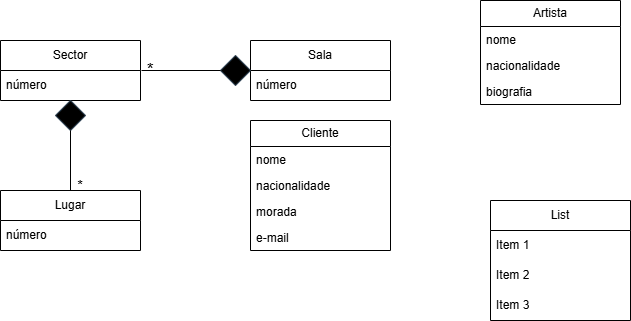
Above: UML1.drawio.png in leorsd/ESOF_UML (draw.io), before the change. Source tidied: cells renumbered, new cells last; positions are measured from the earlier drawing's top-left corner, leaving out a move shared by most shapes.
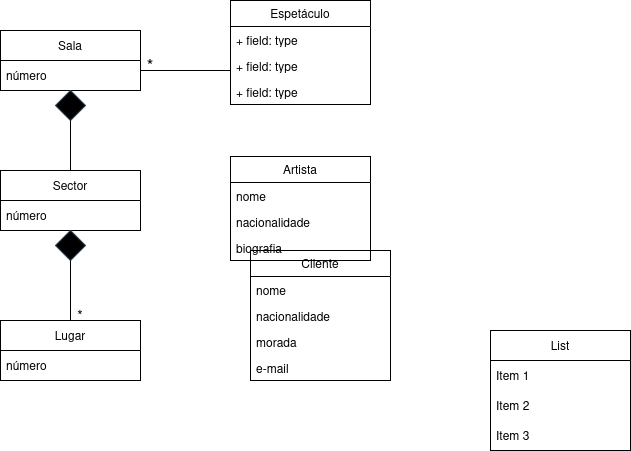
Above is the later version.

The edit, as a diff of the source:
```diff
@@ -3,7 +3,7 @@
     <mxCell id="0" />
     <mxCell id="1" parent="0" />
     <mxCell id="2" value="Artista" style="swimlane;fontStyle=0;horizontal=1;startSize=26;fillColor=none;whiteSpace=wrap;html=1;" parent="1" vertex="1">
-      <mxGeometry x="480" width="140" height="104" as="geometry" />
+      <mxGeometry x="230" y="26" width="140" height="104" as="geometry" />
     </mxCell>
     <mxCell id="3" value="nome" style="text;strokeColor=none;fillColor=none;align=left;verticalAlign=top;spacingLeft=4;spacingRight=4;overflow=hidden;whiteSpace=wrap;html=1;" parent="2" vertex="1">
       <mxGeometry y="26" width="140" height="26" as="geometry" />
@@ -15,7 +15,7 @@
       <mxGeometry y="78" width="140" height="26" as="geometry" />
     </mxCell>
     <mxCell id="6" value="Sala" style="swimlane;fontStyle=0;horizontal=1;startSize=30;whiteSpace=wrap;html=1;" parent="1" vertex="1">
-      <mxGeometry x="250" y="40" width="140" height="60" as="geometry" />
+      <mxGeometry y="-100" width="140" height="60" as="geometry" />
     </mxCell>
     <mxCell id="7" value="número" style="text;strokeColor=none;fillColor=none;align=left;verticalAlign=middle;spacingLeft=4;spacingRight=4;overflow=hidden;whiteSpace=wrap;html=1;" parent="6" vertex="1">
       <mxGeometry y="30" width="140" height="30" as="geometry" />
@@ -27,16 +27,15 @@
       <mxGeometry y="30" width="140" height="30" as="geometry" />
     </mxCell>
     <mxCell id="10" style="rhombus;whiteSpace=wrap;html=1;strokeColor=#314354;fillColor=#000000;fontColor=#ffffff;" parent="1" vertex="1">
-      <mxGeometry x="220" y="55" width="30" height="30" as="geometry" />
+      <mxGeometry x="55" y="-40" width="30" height="30" as="geometry" />
     </mxCell>
-    <mxCell id="11" style="endArrow=none;html=1;rounded=0;" parent="1" edge="1">
+    <mxCell id="11" style="endArrow=none;html=1;rounded=0;entryX=0.5;entryY=1;entryDx=0;entryDy=0;" parent="1" edge="1" target="10">
       <mxGeometry relative="1" as="geometry">
-        <mxPoint x="141" y="70" as="sourcePoint" />
-        <mxPoint x="220" y="70" as="targetPoint" />
+        <mxPoint x="70" y="40" as="sourcePoint" />
       </mxGeometry>
     </mxCell>
     <mxCell id="12" value="&lt;font style=&quot;font-size: 17px;&quot;&gt;*&lt;/font&gt;" style="text;html=1;align=center;verticalAlign=middle;whiteSpace=wrap;rounded=0;" parent="1" vertex="1">
-      <mxGeometry x="120" y="55" width="60" height="30" as="geometry" />
+      <mxGeometry x="120" y="-80" width="60" height="30" as="geometry" />
     </mxCell>
     <mxCell id="13" value="Lugar" style="swimlane;fontStyle=0;horizontal=1;startSize=30;whiteSpace=wrap;html=1;" parent="1" vertex="1">
       <mxGeometry y="190" width="140" height="60" as="geometry" />
@@ -55,6 +54,18 @@
     <mxCell id="17" value="&lt;font style=&quot;font-size: 14px;&quot;&gt;*&lt;/font&gt;" style="text;html=1;align=center;verticalAlign=middle;whiteSpace=wrap;rounded=0;" parent="1" vertex="1">
       <mxGeometry x="50" y="170" width="60" height="30" as="geometry" />
     </mxCell>
+    <mxCell id="27" value="Espetáculo" style="swimlane;fontStyle=0;horizontal=1;startSize=26;fillColor=none;whiteSpace=wrap;html=1;" parent="1" vertex="1">
+      <mxGeometry x="230" y="-130" width="140" height="104" as="geometry" />
+    </mxCell>
+    <mxCell id="28" value="+ field: type" style="text;strokeColor=none;fillColor=none;align=left;verticalAlign=top;spacingLeft=4;spacingRight=4;overflow=hidden;whiteSpace=wrap;html=1;" parent="27" vertex="1">
+      <mxGeometry y="26" width="140" height="26" as="geometry" />
+    </mxCell>
+    <mxCell id="29" value="+ field: type" style="text;strokeColor=none;fillColor=none;align=left;verticalAlign=top;spacingLeft=4;spacingRight=4;overflow=hidden;whiteSpace=wrap;html=1;" parent="27" vertex="1">
+      <mxGeometry y="52" width="140" height="26" as="geometry" />
+    </mxCell>
+    <mxCell id="30" value="+ field: type" style="text;strokeColor=none;fillColor=none;align=left;verticalAlign=top;spacingLeft=4;spacingRight=4;overflow=hidden;whiteSpace=wrap;html=1;" parent="27" vertex="1">
+      <mxGeometry y="78" width="140" height="26" as="geometry" />
+    </mxCell>
     <mxCell id="18" value="Cliente" style="swimlane;fontStyle=0;horizontal=1;startSize=26;fillColor=none;whiteSpace=wrap;html=1;" parent="1" vertex="1">
       <mxGeometry x="250" y="120" width="140" height="130" as="geometry" />
     </mxCell>
@@ -70,6 +81,12 @@
     <mxCell id="22" value="e-mail" style="text;strokeColor=none;fillColor=none;align=left;verticalAlign=top;spacingLeft=4;spacingRight=4;overflow=hidden;whiteSpace=wrap;html=1;" parent="18" vertex="1">
       <mxGeometry y="104" width="140" height="26" as="geometry" />
     </mxCell>
+    <mxCell id="31" style="endArrow=none;html=1;rounded=0;entryX=0.5;entryY=1;entryDx=0;entryDy=0;" parent="1" edge="1">
+      <mxGeometry relative="1" as="geometry">
+        <mxPoint x="230" y="-60" as="sourcePoint" />
+        <mxPoint x="140" y="-60" as="targetPoint" />
+      </mxGeometry>
+    </mxCell>
     <mxCell id="23" value="List" style="swimlane;fontStyle=0;horizontal=1;startSize=30;whiteSpace=wrap;html=1;" parent="1" vertex="1">
       <mxGeometry x="490" y="200" width="140" height="120" as="geometry" />
     </mxCell>
```
